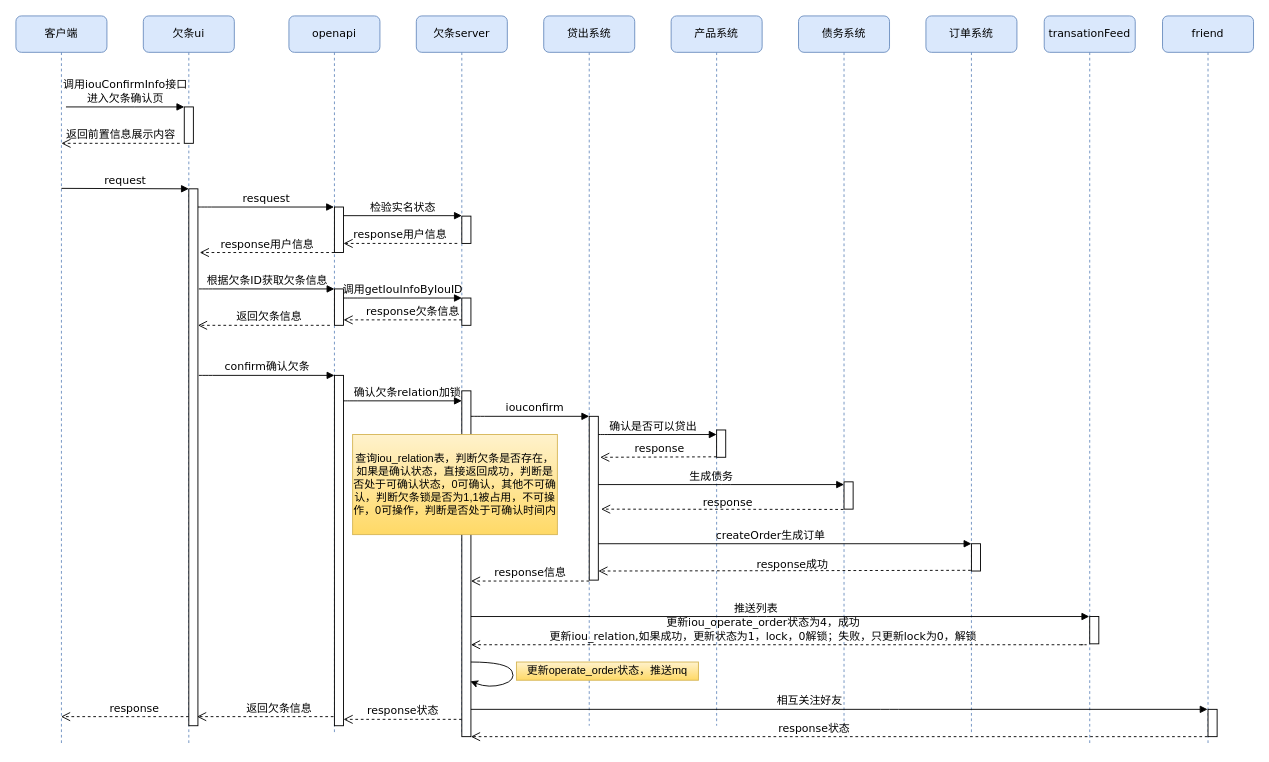
Racheil/Http keeps this draw.io diagram as page "Page-1" (1 of 2) of 债务人确认欠条.drawio. Above is the earlier version. Source tidied: cells renumbered, new cells numbered last; positions are measured from the earlier drawing's top-left corner, leaving out a move shared by most shapes. Both pictures are drawn from the tidied source at 91%, with x=0, y=0 at pixel (15, 15).
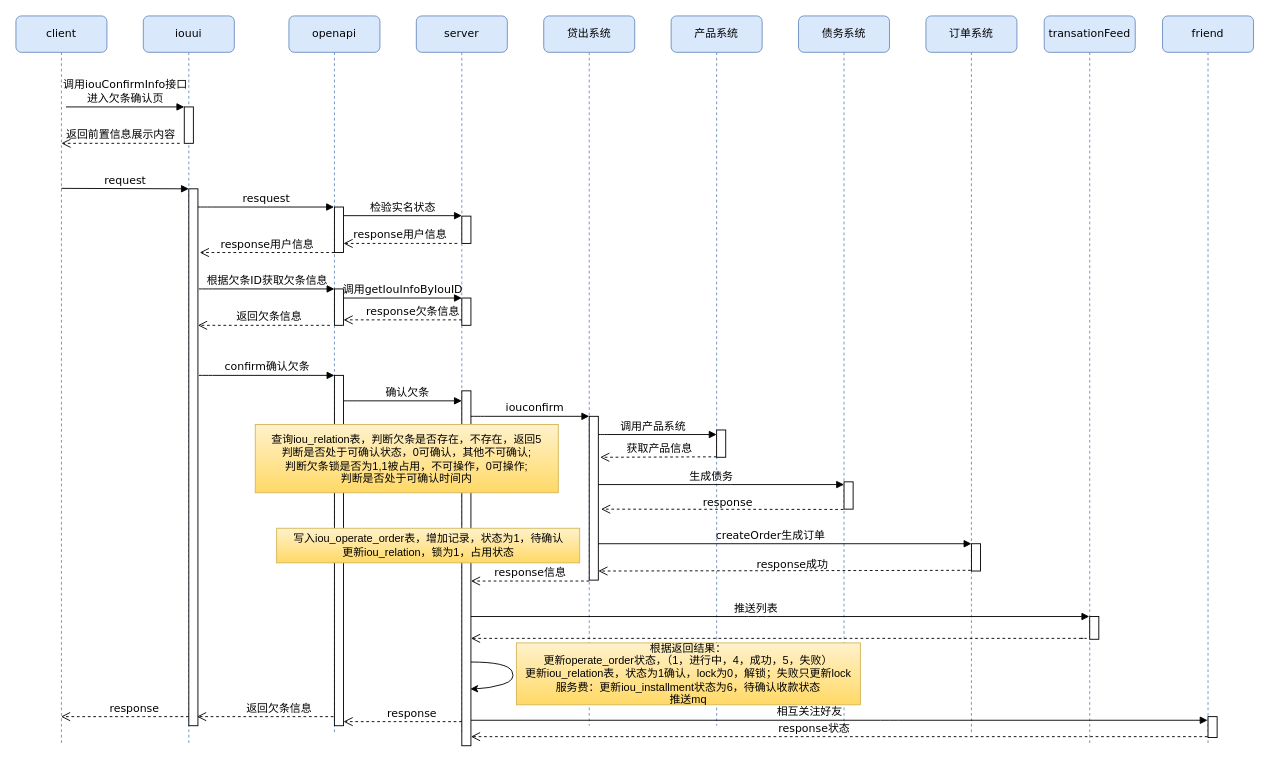
The same page after the edit.

The change refers to these unchanged cells:
```xml
<mxCell id="17" value="transationFeed" style="shape=umlLifeline;perimeter=lifelinePerimeter;whiteSpace=wrap;html=1;outlineConnect=0;rounded=1;shadow=0;comic=0;labelBackgroundColor=none;strokeWidth=1;fontFamily=Verdana;fontSize=12;align=center;fillColor=#dae8fc;strokeColor=#6c8ebf;" parent="1" vertex="1">
  <mxGeometry x="1130" width="100" height="800" as="geometry" />
</mxCell>
```

Diff of the diagram source:
```diff
@@
-    <mxCell id="2" value="欠条ui" style="shape=umlLifeline;perimeter=lifelinePerimeter;whiteSpace=wrap;html=1;rounded=1;shadow=0;comic=0;labelBackgroundColor=none;strokeWidth=1;fontFamily=Verdana;fontSize=12;align=center;fillColor=#dae8fc;strokeColor=#6c8ebf;" parent="1" vertex="1">
+    <mxCell id="2" value="iouui" style="shape=umlLifeline;perimeter=lifelinePerimeter;whiteSpace=wrap;html=1;rounded=1;shadow=0;comic=0;labelBackgroundColor=none;strokeWidth=1;fontFamily=Verdana;fontSize=12;align=center;fillColor=#dae8fc;strokeColor=#6c8ebf;" parent="1" vertex="1">
       <mxGeometry x="140" width="100" height="800" as="geometry" />
     </mxCell>
@@
-    <mxCell id="6" value="欠条server" style="shape=umlLifeline;perimeter=lifelinePerimeter;whiteSpace=wrap;html=1;rounded=1;shadow=0;comic=0;labelBackgroundColor=none;strokeWidth=1;fontFamily=Verdana;fontSize=12;align=center;fillColor=#dae8fc;strokeColor=#6c8ebf;" parent="1" vertex="1">
+    <mxCell id="6" value="server" style="shape=umlLifeline;perimeter=lifelinePerimeter;whiteSpace=wrap;html=1;rounded=1;shadow=0;comic=0;labelBackgroundColor=none;strokeWidth=1;fontFamily=Verdana;fontSize=12;align=center;fillColor=#dae8fc;strokeColor=#6c8ebf;" parent="1" vertex="1">
       <mxGeometry x="440" width="100" height="790" as="geometry" />
     </mxCell>
@@
-    <mxCell id="11" value="客户端" style="shape=umlLifeline;perimeter=lifelinePerimeter;whiteSpace=wrap;html=1;outlineConnect=0;rounded=1;shadow=0;comic=0;labelBackgroundColor=none;strokeWidth=1;fontFamily=Verdana;fontSize=12;align=center;fillColor=#dae8fc;strokeColor=#6c8ebf;" parent="1" vertex="1">
+    <mxCell id="11" value="client" style="shape=umlLifeline;perimeter=lifelinePerimeter;whiteSpace=wrap;html=1;outlineConnect=0;rounded=1;shadow=0;comic=0;labelBackgroundColor=none;strokeWidth=1;fontFamily=Verdana;fontSize=12;align=center;fillColor=#dae8fc;strokeColor=#6c8ebf;" parent="1" vertex="1">
       <mxGeometry width="100" height="800" as="geometry" />
     </mxCell>
@@
     <mxCell id="18" style="html=1;perimeter=orthogonalPerimeter;rounded=0;shadow=0;comic=0;labelBackgroundColor=none;strokeWidth=1;fontFamily=Verdana;fontSize=12;align=center;" parent="17" vertex="1">
-      <mxGeometry x="50" y="660" width="10" height="30" as="geometry" />
+      <mxGeometry x="50" y="660" width="10" height="25" as="geometry" />
     </mxCell>
@@
-    <mxCell id="36" value="确认欠条relation加锁" style="html=1;verticalAlign=bottom;endArrow=block;labelBackgroundColor=none;fontFamily=Verdana;fontSize=12;edgeStyle=elbowEdgeStyle;elbow=vertical;" parent="1" edge="1">
+    <mxCell id="36" value="确认欠条&lt;br&gt;" style="html=1;verticalAlign=bottom;endArrow=block;labelBackgroundColor=none;fontFamily=Verdana;fontSize=12;edgeStyle=elbowEdgeStyle;elbow=vertical;" parent="1" edge="1">
       <mxGeometry x="0.08" relative="1" as="geometry">
         <mxPoint x="360" y="423" as="sourcePoint" />
         <mxPoint x="490" y="423" as="targetPoint" />
         <Array as="points">
           <mxPoint x="365" y="423" />
         </Array>
       </mxGeometry>
     </mxCell>
-    <mxCell id="37" value="response状态" style="html=1;verticalAlign=bottom;endArrow=open;dashed=1;endSize=8;labelBackgroundColor=none;fontFamily=Verdana;fontSize=12;edgeStyle=elbowEdgeStyle;elbow=vertical;entryX=1;entryY=0.206;entryDx=0;entryDy=0;entryPerimeter=0;" parent="1" edge="1">
-      <mxGeometry relative="1" as="geometry">
-        <mxPoint x="490" y="773" as="sourcePoint" />
-        <mxPoint x="360" y="773" as="targetPoint" />
-      </mxGeometry>
-    </mxCell>
     <mxCell id="38" style="html=1;points=[];perimeter=orthogonalPerimeter;rounded=0;shadow=0;comic=0;labelBackgroundColor=none;strokeWidth=1;fontFamily=Verdana;fontSize=12;align=center;" parent="1" vertex="1">
-      <mxGeometry x="490" y="412" width="10" height="380" as="geometry" />
+      <mxGeometry x="490" y="412" width="10" height="390" as="geometry" />
     </mxCell>
@@
-    <mxCell id="42" value="确认是否可以贷出" style="html=1;verticalAlign=bottom;endArrow=block;labelBackgroundColor=none;fontFamily=Verdana;fontSize=12;edgeStyle=elbowEdgeStyle;elbow=vertical;" parent="1" edge="1">
+    <mxCell id="42" value="调用产品系统" style="html=1;verticalAlign=bottom;endArrow=block;labelBackgroundColor=none;fontFamily=Verdana;fontSize=12;edgeStyle=elbowEdgeStyle;elbow=vertical;" parent="1" edge="1">
       <mxGeometry x="-0.08" relative="1" as="geometry">
         <mxPoint x="640" y="460" as="sourcePoint" />
         <mxPoint x="770" y="460" as="targetPoint" />
         <Array as="points">
           <mxPoint x="645" y="460" />
         </Array>
       </mxGeometry>
     </mxCell>
-    <mxCell id="43" value="response" style="html=1;verticalAlign=bottom;endArrow=open;dashed=1;endSize=8;labelBackgroundColor=none;fontFamily=Verdana;fontSize=12;edgeStyle=elbowEdgeStyle;elbow=vertical;" parent="1" edge="1">
+    <mxCell id="43" value="获取产品信息" style="html=1;verticalAlign=bottom;endArrow=open;dashed=1;endSize=8;labelBackgroundColor=none;fontFamily=Verdana;fontSize=12;edgeStyle=elbowEdgeStyle;elbow=vertical;" parent="1" edge="1">
       <mxGeometry relative="1" as="geometry">
         <mxPoint x="770" y="484.5" as="sourcePoint" />
         <mxPoint x="642" y="485" as="targetPoint" />
       </mxGeometry>
     </mxCell>
@@
-    <mxCell id="50" value="更新iou_operate_order状态为4，成功&lt;br&gt;更新iou_relation,如果成功，更新状态为1，lock，0解锁；失败，只更新lock为0，解锁&lt;br&gt;" style="html=1;verticalAlign=bottom;endArrow=open;dashed=1;endSize=8;labelBackgroundColor=none;fontFamily=Verdana;fontSize=12;edgeStyle=elbowEdgeStyle;elbow=vertical;entryX=1.268;entryY=0.501;entryDx=0;entryDy=0;entryPerimeter=0;" parent="1" edge="1">
+    <mxCell id="50" style="html=1;verticalAlign=bottom;endArrow=open;dashed=1;endSize=8;labelBackgroundColor=none;fontFamily=Verdana;fontSize=12;edgeStyle=elbowEdgeStyle;elbow=vertical;entryX=1.268;entryY=0.501;entryDx=0;entryDy=0;entryPerimeter=0;" parent="1" edge="1">
       <mxGeometry x="0.07" relative="1" as="geometry">
-        <mxPoint x="1170" y="691" as="sourcePoint" />
-        <mxPoint x="500" y="691" as="targetPoint" />
+        <mxPoint x="1170" y="684" as="sourcePoint" />
+        <mxPoint x="500" y="684" as="targetPoint" />
         <Array as="points">
-          <mxPoint x="1180" y="691" />
+          <mxPoint x="1180" y="684" />
         </Array>
       </mxGeometry>
     </mxCell>
     <mxCell id="51" value="相互关注好友" style="html=1;verticalAlign=bottom;endArrow=block;labelBackgroundColor=none;fontFamily=Verdana;fontSize=12;edgeStyle=elbowEdgeStyle;elbow=vertical;" parent="1" edge="1">
       <mxGeometry x="-0.08" relative="1" as="geometry">
-        <mxPoint x="500" y="762" as="sourcePoint" />
-        <mxPoint x="1309.5" y="762" as="targetPoint" />
+        <mxPoint x="500" y="774" as="sourcePoint" />
+        <mxPoint x="1309.5" y="774" as="targetPoint" />
         <Array as="points">
-          <mxPoint x="960" y="762" />
+          <mxPoint x="960" y="774" />
         </Array>
       </mxGeometry>
     </mxCell>
@@
     <mxCell id="53" style="html=1;perimeter=orthogonalPerimeter;rounded=0;shadow=0;comic=0;labelBackgroundColor=none;strokeWidth=1;fontFamily=Verdana;fontSize=12;align=center;" parent="1" vertex="1">
-      <mxGeometry x="1310" y="762" width="10" height="30" as="geometry" />
+      <mxGeometry x="1310" y="770" width="10" height="23" as="geometry" />
     </mxCell>
@@
-    <mxCell id="55" value="更新operate_order状态，推送mq" style="rounded=0;whiteSpace=wrap;html=1;fillColor=#fff2cc;strokeColor=#d6b656;gradientColor=#ffd966;" parent="1" vertex="1">
-      <mxGeometry x="550" y="710" width="200" height="20" as="geometry" />
+    <mxCell id="55" value="根据返回结果：&lt;br&gt;更新operate_order状态，（1，进行中，4，成功，5，失败）&lt;br&gt;更新iou_relation表，状态为1确认，lock为0，解锁；失败只更新lock&lt;br&gt;服务费：更新iou_installment状态为6，待确认收款状态&lt;br&gt;推送mq" style="rounded=0;whiteSpace=wrap;html=1;fillColor=#fff2cc;strokeColor=#d6b656;gradientColor=#ffd966;" parent="1" vertex="1">
+      <mxGeometry x="550" y="689" width="378" height="68" as="geometry" />
     </mxCell>
-    <mxCell id="56" value="查询iou_relation表，判断欠条是否存在，&lt;br&gt;如果是确认状态，直接返回成功，判断是否处于可确认状态，0可确认，其他不可确认，判断欠条锁是否为1,1被占用，不可操作，0可操作，判断是否处于可确认时间内&lt;br&gt;" style="rounded=0;whiteSpace=wrap;html=1;fillColor=#fff2cc;strokeColor=#d6b656;gradientColor=#ffd966;" parent="1" vertex="1">
-      <mxGeometry x="370" y="460" width="225" height="110" as="geometry" />
+    <mxCell id="56" value="查询iou_relation表，判断欠条是否存在，不存在，返回5&lt;br&gt;判断是否处于可确认状态，0可确认，其他不可确认;&lt;br&gt;判断欠条锁是否为1,1被占用，不可操作，0可操作;&lt;br&gt;判断是否处于可确认时间内" style="rounded=0;whiteSpace=wrap;html=1;fillColor=#fff2cc;strokeColor=#d6b656;gradientColor=#ffd966;" parent="1" vertex="1">
+      <mxGeometry x="263" y="449" width="333" height="75" as="geometry" />
     </mxCell>
+    <mxCell id="57" value="response" style="html=1;verticalAlign=bottom;endArrow=open;dashed=1;endSize=8;labelBackgroundColor=none;fontFamily=Verdana;fontSize=12;edgeStyle=elbowEdgeStyle;elbow=vertical;" parent="1" edge="1">
+      <mxGeometry x="-0.15" relative="1" as="geometry">
+        <mxPoint x="490" y="775.5" as="sourcePoint" />
+        <mxPoint x="360" y="776" as="targetPoint" />
+        <Array as="points">
+          <mxPoint x="430" y="775.5" />
+          <mxPoint x="465" y="585.5" />
+        </Array>
+      </mxGeometry>
+    </mxCell>
+    <mxCell id="58" value="写入iou_operate_order表，增加记录，状态为1，待确认&lt;br&gt;更新iou_relation，锁为1，占用状态" style="rounded=0;whiteSpace=wrap;html=1;fillColor=#fff2cc;strokeColor=#d6b656;gradientColor=#ffd966;" parent="1" vertex="1">
+      <mxGeometry x="286.5" y="563" width="333" height="38" as="geometry" />
+    </mxCell>
```
